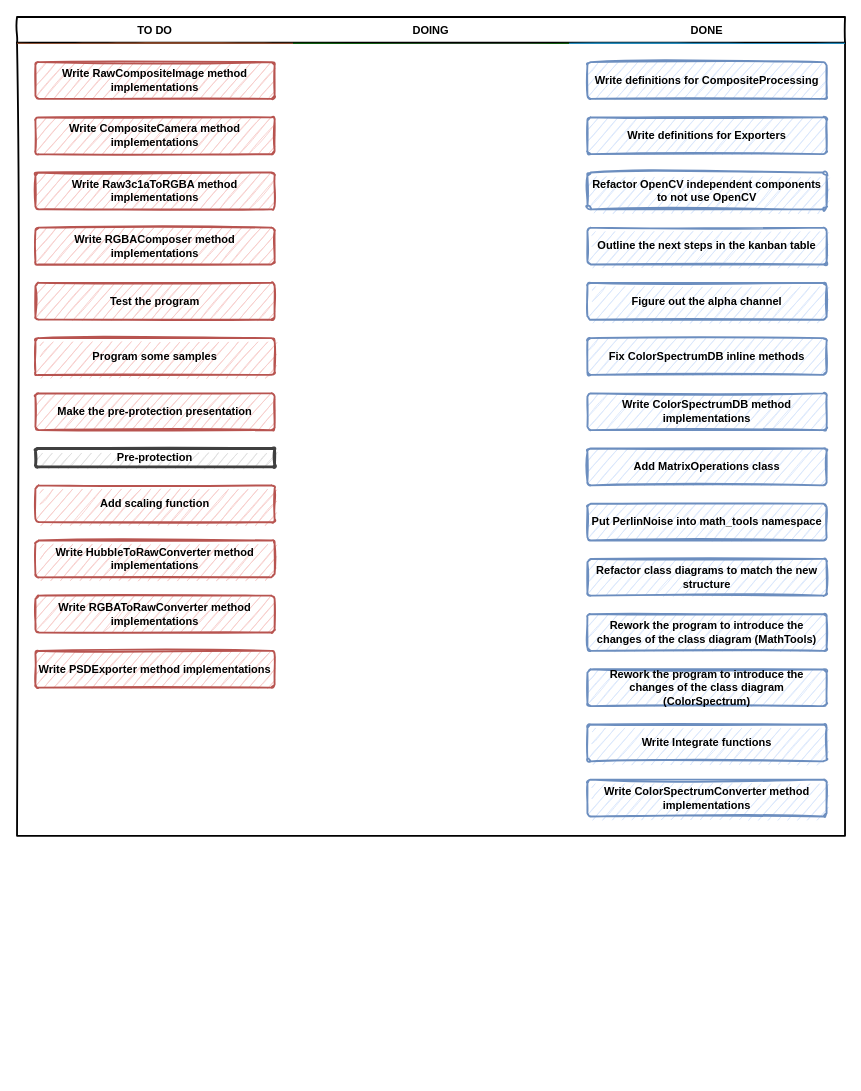
Above: Docs/Kanban table.drawio in SpatiumOwl/ComplexSky-2.0 (draw.io), before the change. Source tidied: cells renumbered, new cells numbered last; positions are measured from the earlier drawing's top-left corner, leaving out a move shared by most shapes. Both pictures are drawn from the tidied source at 92%, with x=0, y=0 at pixel (17, 17).
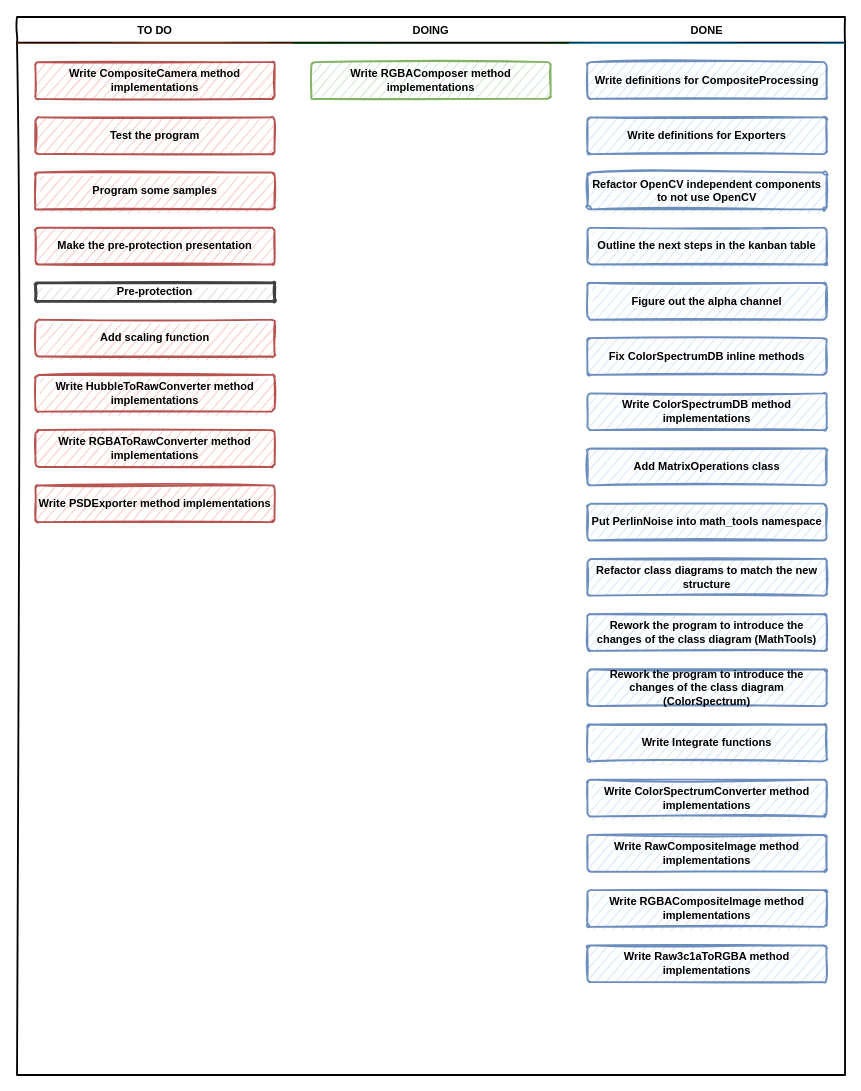
Above is the later version.

What changed in the source:
```diff
@@
     <mxCell id="2" style="swimlane;fontStyle=2;horizontal=1;startSize=28;swimlaneFillColor=none;fontFamily=Permanent Marker;fontSize=16;verticalAlign=top;stackBorder=0;strokeWidth=2;sketch=1;disableMultiStroke=1;" parent="1" vertex="1">
-      <mxGeometry width="900" height="890" as="geometry" />
+      <mxGeometry width="900" height="1150" as="geometry" />
     </mxCell>
     <mxCell id="3" value="TO DO" style="swimlane;strokeWidth=2;fontFamily=Permanent Marker;html=0;startSize=1;verticalAlign=bottom;spacingBottom=5;stackBorder=20;sketch=1;strokeColor=none;fillStyle=solid;fillColor=#A0522D;" parent="2" vertex="1">
-      <mxGeometry y="28" width="300" height="862" as="geometry" />
+      <mxGeometry y="28" width="300" height="1122" as="geometry" />
     </mxCell>
-    <mxCell id="4" value="Write RawCompositeImage method implementations" style="whiteSpace=wrap;html=1;strokeWidth=2;fillColor=#f8cecc;fontStyle=1;spacingTop=0;rounded=1;arcSize=9;sketch=1;fontFamily=Permanent Marker;hachureGap=8;fillWeight=1;strokeColor=#b85450;" parent="3" vertex="1">
-      <mxGeometry x="20" y="21" width="260" height="40" as="geometry" />
-    </mxCell>
     <mxCell id="5" value="Write CompositeCamera method implementations" style="whiteSpace=wrap;html=1;strokeWidth=2;fillColor=#f8cecc;fontStyle=1;spacingTop=0;rounded=1;arcSize=9;sketch=1;fontFamily=Permanent Marker;hachureGap=8;fillWeight=1;strokeColor=#b85450;" parent="3" vertex="1">
-      <mxGeometry x="20" y="81" width="260" height="40" as="geometry" />
+      <mxGeometry x="20" y="21" width="260" height="40" as="geometry" />
     </mxCell>
-    <mxCell id="6" value="Write Raw3c1aToRGBA method implementations" style="whiteSpace=wrap;html=1;strokeWidth=2;fillColor=#f8cecc;fontStyle=1;spacingTop=0;rounded=1;arcSize=9;sketch=1;fontFamily=Permanent Marker;hachureGap=8;fillWeight=1;strokeColor=#b85450;" parent="3" vertex="1">
-      <mxGeometry x="20" y="141" width="260" height="40" as="geometry" />
-    </mxCell>
-    <mxCell id="7" value="Write RGBAComposer method implementations" style="whiteSpace=wrap;html=1;strokeWidth=2;fillColor=#f8cecc;fontStyle=1;spacingTop=0;rounded=1;arcSize=9;sketch=1;fontFamily=Permanent Marker;hachureGap=8;fillWeight=1;strokeColor=#b85450;" parent="3" vertex="1">
-      <mxGeometry x="20" y="201" width="260" height="40" as="geometry" />
-    </mxCell>
     <mxCell id="8" value="Test the program" style="whiteSpace=wrap;html=1;strokeWidth=2;fillColor=#f8cecc;fontStyle=1;spacingTop=0;rounded=1;arcSize=9;sketch=1;fontFamily=Permanent Marker;hachureGap=8;fillWeight=1;strokeColor=#b85450;" parent="3" vertex="1">
-      <mxGeometry x="20" y="261" width="260" height="40" as="geometry" />
+      <mxGeometry x="20" y="81" width="260" height="40" as="geometry" />
     </mxCell>
     <mxCell id="9" value="Program some samples" style="whiteSpace=wrap;html=1;strokeWidth=2;fillColor=#f8cecc;fontStyle=1;spacingTop=0;rounded=1;arcSize=9;sketch=1;fontFamily=Permanent Marker;hachureGap=8;fillWeight=1;strokeColor=#b85450;" parent="3" vertex="1">
-      <mxGeometry x="20" y="321" width="260" height="40" as="geometry" />
+      <mxGeometry x="20" y="141" width="260" height="40" as="geometry" />
     </mxCell>
     <mxCell id="10" value="Make the pre-protection presentation" style="whiteSpace=wrap;html=1;strokeWidth=2;fillColor=#f8cecc;fontStyle=1;spacingTop=0;rounded=1;arcSize=9;sketch=1;fontFamily=Permanent Marker;hachureGap=8;fillWeight=1;strokeColor=#b85450;" parent="3" vertex="1">
-      <mxGeometry x="20" y="381" width="260" height="40" as="geometry" />
+      <mxGeometry x="20" y="201" width="260" height="40" as="geometry" />
     </mxCell>
     <mxCell id="11" value="Pre-protection" style="whiteSpace=wrap;html=1;strokeWidth=3;fillColor=#E0E0E0;fontStyle=1;spacingTop=0;rounded=1;arcSize=9;sketch=1;fontFamily=Permanent Marker;hachureGap=8;fillWeight=1;strokeColor=#404040;imageHeight=15;" parent="3" vertex="1">
-      <mxGeometry x="20" y="441" width="260" height="20" as="geometry" />
+      <mxGeometry x="20" y="261" width="260" height="20" as="geometry" />
     </mxCell>
     <mxCell id="12" value="Add scaling function" style="whiteSpace=wrap;html=1;strokeWidth=2;fillColor=#f8cecc;fontStyle=1;spacingTop=0;rounded=1;arcSize=9;sketch=1;fontFamily=Permanent Marker;hachureGap=8;fillWeight=1;strokeColor=#b85450;" parent="3" vertex="1">
-      <mxGeometry x="20" y="481" width="260" height="40" as="geometry" />
+      <mxGeometry x="20" y="301" width="260" height="40" as="geometry" />
     </mxCell>
     <mxCell id="13" value="Write HubbleToRawConverter method implementations" style="whiteSpace=wrap;html=1;strokeWidth=2;fillColor=#f8cecc;fontStyle=1;spacingTop=0;rounded=1;arcSize=9;sketch=1;fontFamily=Permanent Marker;hachureGap=8;fillWeight=1;strokeColor=#b85450;" parent="3" vertex="1">
-      <mxGeometry x="20" y="541" width="260" height="40" as="geometry" />
+      <mxGeometry x="20" y="361" width="260" height="40" as="geometry" />
     </mxCell>
     <mxCell id="14" value="Write RGBAToRawConverter method implementations" style="whiteSpace=wrap;html=1;strokeWidth=2;fillColor=#f8cecc;fontStyle=1;spacingTop=0;rounded=1;arcSize=9;sketch=1;fontFamily=Permanent Marker;hachureGap=8;fillWeight=1;strokeColor=#b85450;" parent="3" vertex="1">
-      <mxGeometry x="20" y="601" width="260" height="40" as="geometry" />
+      <mxGeometry x="20" y="421" width="260" height="40" as="geometry" />
     </mxCell>
     <mxCell id="15" value="Write PSDExporter method implementations" style="whiteSpace=wrap;html=1;strokeWidth=2;fillColor=#f8cecc;fontStyle=1;spacingTop=0;rounded=1;arcSize=9;sketch=1;fontFamily=Permanent Marker;hachureGap=8;fillWeight=1;strokeColor=#b85450;" parent="3" vertex="1">
-      <mxGeometry x="20" y="661" width="260" height="40" as="geometry" />
+      <mxGeometry x="20" y="481" width="260" height="40" as="geometry" />
     </mxCell>
     <mxCell id="16" value="DOING" style="swimlane;strokeWidth=2;fontFamily=Permanent Marker;html=0;startSize=1;verticalAlign=bottom;spacingBottom=5;stackBorder=20;sketch=1;strokeColor=none;fillStyle=solid;fillColor=#006600;" parent="2" vertex="1">
-      <mxGeometry x="300" y="28" width="300" height="862" as="geometry" />
+      <mxGeometry x="300" y="28" width="300" height="1122" as="geometry" />
     </mxCell>
+    <mxCell id="7" value="Write RGBAComposer method implementations" style="whiteSpace=wrap;html=1;strokeWidth=2;fillColor=#d5e8d4;fontStyle=1;spacingTop=0;rounded=1;arcSize=9;sketch=1;fontFamily=Permanent Marker;hachureGap=8;fillWeight=1;strokeColor=#82b366;" parent="16" vertex="1">
+      <mxGeometry x="20" y="21" width="260" height="40" as="geometry" />
+    </mxCell>
     <mxCell id="17" value="DONE" style="swimlane;strokeWidth=2;fontFamily=Permanent Marker;html=0;startSize=1;verticalAlign=bottom;spacingBottom=5;stackBorder=20;sketch=1;strokeColor=none;fillStyle=solid;fillColor=#1BA1E2;" parent="2" vertex="1">
-      <mxGeometry x="600" y="28" width="300" height="862" as="geometry" />
+      <mxGeometry x="600" y="28" width="300" height="1122" as="geometry" />
     </mxCell>
@@
+    <mxCell id="4" value="Write RawCompositeImage method implementations" style="whiteSpace=wrap;html=1;strokeWidth=2;fillColor=#dae8fc;fontStyle=1;spacingTop=0;rounded=1;arcSize=9;sketch=1;fontFamily=Permanent Marker;hachureGap=8;fillWeight=1;strokeColor=#6c8ebf;" parent="17" vertex="1">
+      <mxGeometry x="20" y="861" width="260" height="40" as="geometry" />
+    </mxCell>
+    <mxCell id="32" value="Write RGBACompositeImage method implementations" style="whiteSpace=wrap;html=1;strokeWidth=2;fillColor=#dae8fc;fontStyle=1;spacingTop=0;rounded=1;arcSize=9;sketch=1;fontFamily=Permanent Marker;hachureGap=8;fillWeight=1;strokeColor=#6c8ebf;" parent="17" vertex="1">
+      <mxGeometry x="20" y="921" width="260" height="40" as="geometry" />
+    </mxCell>
+    <mxCell id="6" value="Write Raw3c1aToRGBA method implementations" style="whiteSpace=wrap;html=1;strokeWidth=2;fillColor=#dae8fc;fontStyle=1;spacingTop=0;rounded=1;arcSize=9;sketch=1;fontFamily=Permanent Marker;hachureGap=8;fillWeight=1;strokeColor=#6c8ebf;" parent="17" vertex="1">
+      <mxGeometry x="20" y="981" width="260" height="40" as="geometry" />
+    </mxCell>
```
